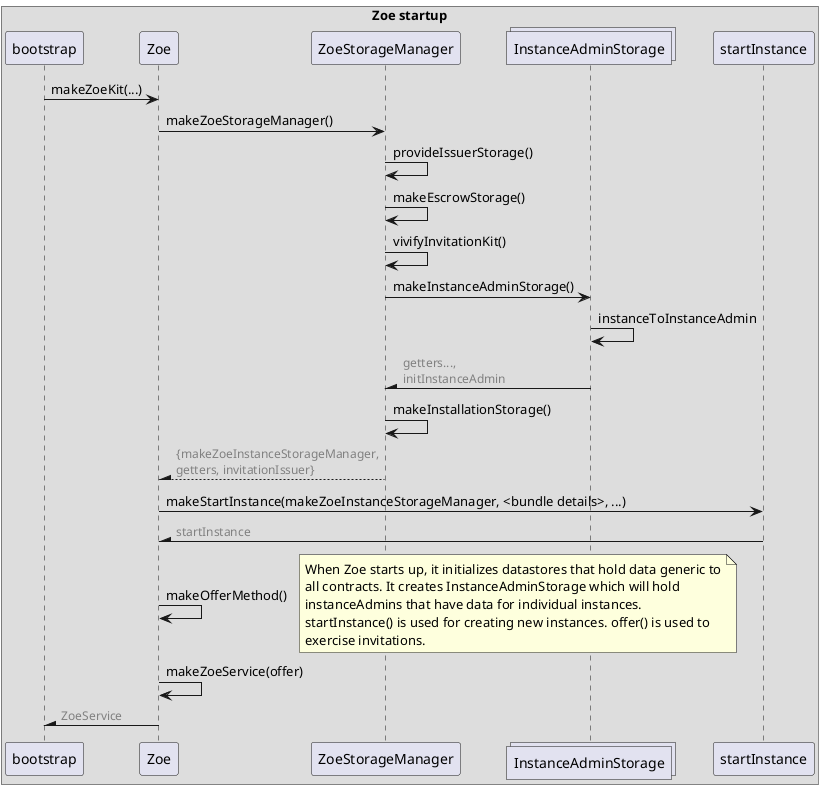
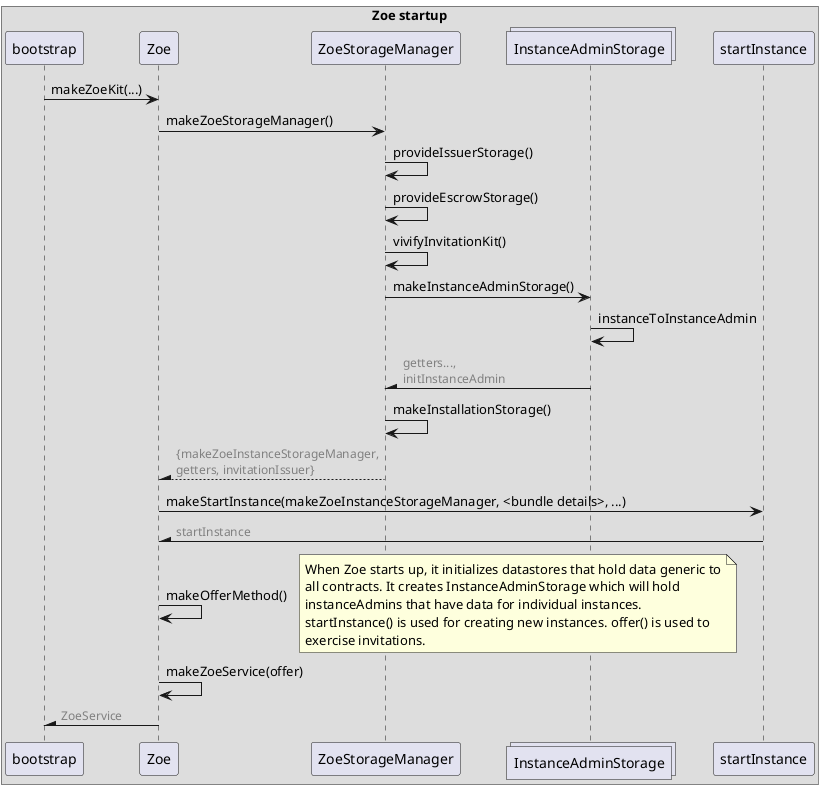
@startuml Zoe/ZCF dataStore initialization

box Zoe startup
participant bootstrap
participant Zoe
participant ZoeStorageManager
collections InstanceAdminStorage
participant startInstance

end box

bootstrap -> Zoe: makeZoeKit(...)
Zoe -> ZoeStorageManager : makeZoeStorageManager()
ZoeStorageManager -> ZoeStorageManager : provideIssuerStorage()
- ZoeStorageManager -> ZoeStorageManager : makeEscrowStorage()
+ ZoeStorageManager -> ZoeStorageManager : provideEscrowStorage()
ZoeStorageManager -> ZoeStorageManager : vivifyInvitationKit()
ZoeStorageManager -> InstanceAdminStorage : makeInstanceAdminStorage()
InstanceAdminStorage -> InstanceAdminStorage : instanceToInstanceAdmin
ZoeStorageManager /- InstanceAdminStorage : <font color=gray><size:12>getters..., \n<font color=gray><size:12>initInstanceAdmin
ZoeStorageManager -> ZoeStorageManager : makeInstallationStorage()
Zoe /-- ZoeStorageManager : <font color=gray><size:12>{makeZoeInstanceStorageManager,\n<font color=gray><size:12>getters, invitationIssuer}
Zoe -> startInstance : makeStartInstance(makeZoeInstanceStorageManager, <bundle details>, ...)
Zoe /- startInstance : <font color=gray><size:12>startInstance
Zoe -> Zoe : makeOfferMethod()

note right
When Zoe starts up, it initializes datastores that hold data generic to
all contracts. It creates InstanceAdminStorage which will hold
instanceAdmins that have data for individual instances.
startInstance() is used for creating new instances. offer() is used to
exercise invitations.
end note

Zoe -> Zoe : makeZoeService(offer)
Zoe -\ bootstrap : <font color=gray><size:12>ZoeService

@enduml